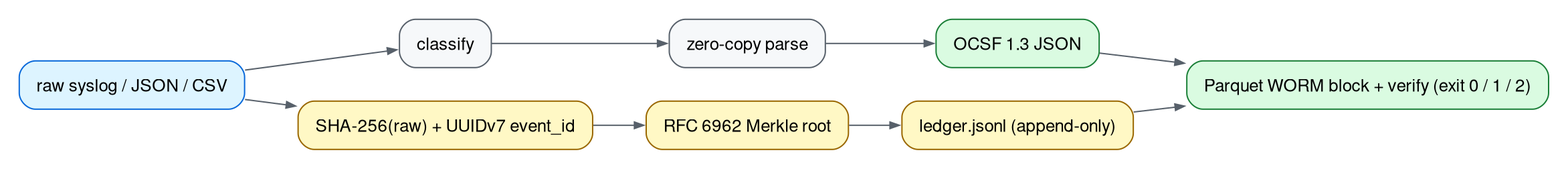
The Graphviz diagram docs/diagrams/hero-flow.png in animishraa05/layaRustparser, before a commit. Its source is kept beside it as docs/diagrams/hero-flow.dot. Its diagram source:
```dot
digraph hero_flow {
  graph [rankdir=LR, bgcolor="white", pad="0.2", nodesep="0.35", ranksep="0.55", fontname="Helvetica"];
  node [shape="box", style="filled,rounded", fillcolor="#f6f8fa", color="#57606a", fontname="Helvetica", fontsize="13", margin="0.18,0.10"];
  edge [color="#57606a", fontname="Helvetica", fontsize="11", arrowsize="0.7"];

  input    [label="raw syslog / JSON / CSV", fillcolor="#ddf4ff", color="#0969da"];
  classify [label="classify"];
  parse    [label="zero-copy parse"];
  ocsf     [label="OCSF 1.3 JSON", fillcolor="#dafbe1", color="#1a7f37"];
  hash     [label="SHA-256(raw) + UUIDv7 event_id", fillcolor="#fff8c5", color="#9a6700"];
  merkle   [label="RFC 6962 Merkle root", fillcolor="#fff8c5", color="#9a6700"];
  ledger   [label="ledger.jsonl (append-only)", fillcolor="#fff8c5", color="#9a6700"];
  worm     [label="Parquet WORM block + verify (exit 0 / 1 / 2)", fillcolor="#dafbe1", color="#1a7f37"];

  input -> classify -> parse -> ocsf -> worm;
  input -> hash -> merkle -> ledger -> worm;
}
```
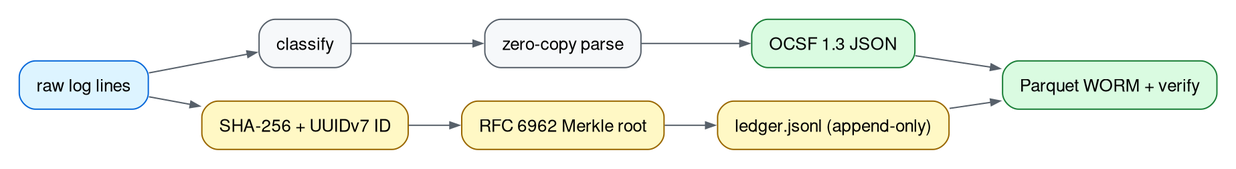
The same diagram one commit later.

Diff of the diagram source:
```diff
@@ -3,14 +3,14 @@
   node [shape="box", style="filled,rounded", fillcolor="#f6f8fa", color="#57606a", fontname="Helvetica", fontsize="13", margin="0.18,0.10"];
   edge [color="#57606a", fontname="Helvetica", fontsize="11", arrowsize="0.7"];
 
-  input    [label="raw syslog / JSON / CSV", fillcolor="#ddf4ff", color="#0969da"];
+  input    [label="raw log lines", fillcolor="#ddf4ff", color="#0969da"];
   classify [label="classify"];
   parse    [label="zero-copy parse"];
   ocsf     [label="OCSF 1.3 JSON", fillcolor="#dafbe1", color="#1a7f37"];
-  hash     [label="SHA-256(raw) + UUIDv7 event_id", fillcolor="#fff8c5", color="#9a6700"];
+  hash     [label="SHA-256 + UUIDv7 ID", fillcolor="#fff8c5", color="#9a6700"];
   merkle   [label="RFC 6962 Merkle root", fillcolor="#fff8c5", color="#9a6700"];
   ledger   [label="ledger.jsonl (append-only)", fillcolor="#fff8c5", color="#9a6700"];
-  worm     [label="Parquet WORM block + verify (exit 0 / 1 / 2)", fillcolor="#dafbe1", color="#1a7f37"];
+  worm     [label="Parquet WORM + verify", fillcolor="#dafbe1", color="#1a7f37"];
 
   input -> classify -> parse -> ocsf -> worm;
   input -> hash -> merkle -> ledger -> worm;
```
